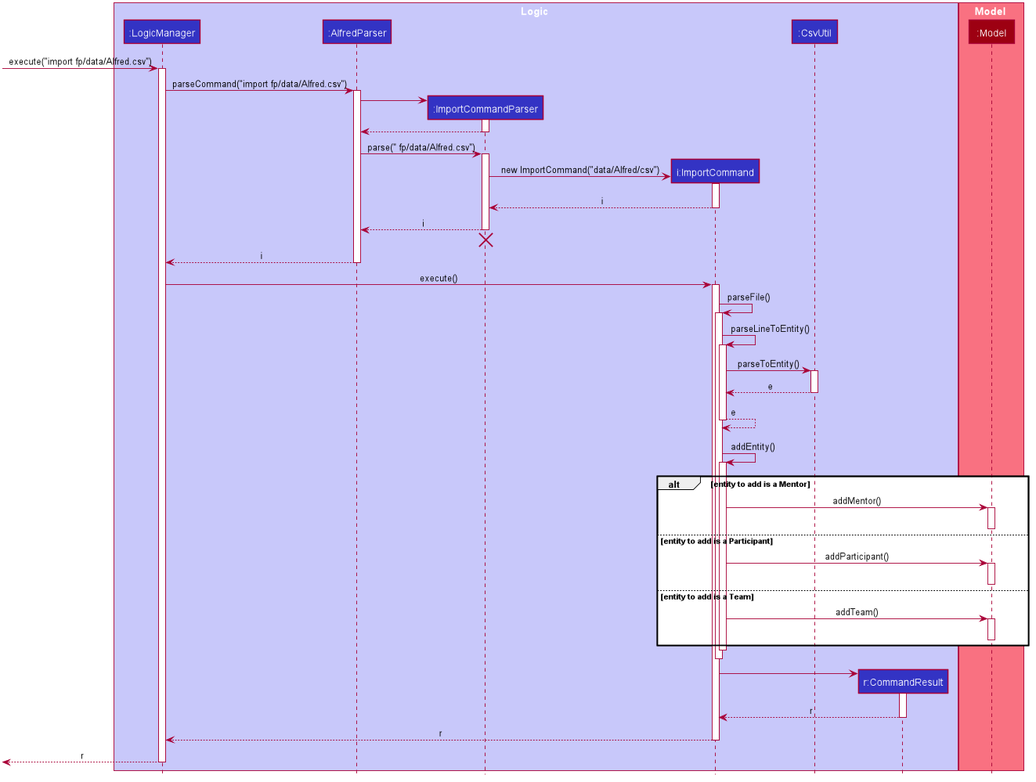
The PlantUML diagram docs/images/ImportCommandSequenceDiagram.png in john0227/main, before a commit.
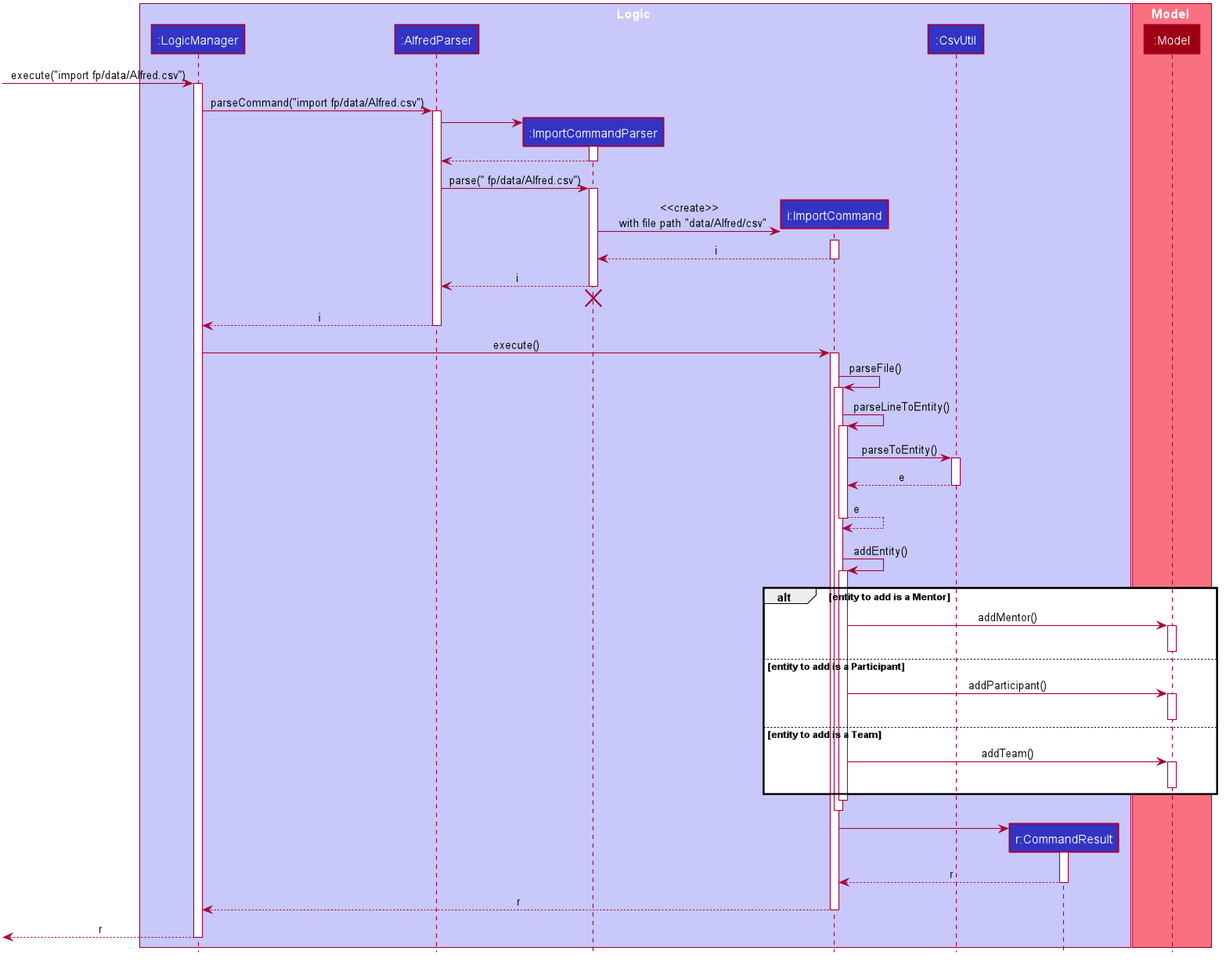
Later version of the same file.

The edit, as a diff of the source:
```diff
@@ -82,7 +82,7 @@
 activate ImportCommandParser
 
 create ImportCommand
-ImportCommandParser -> ImportCommand : new ImportCommand("data/Alfred/csv")
+ImportCommandParser -> ImportCommand : <<create>>\n  with file path "data/Alfred/csv"
 activate ImportCommand
 
 ImportCommand --> ImportCommandParser : i
```
